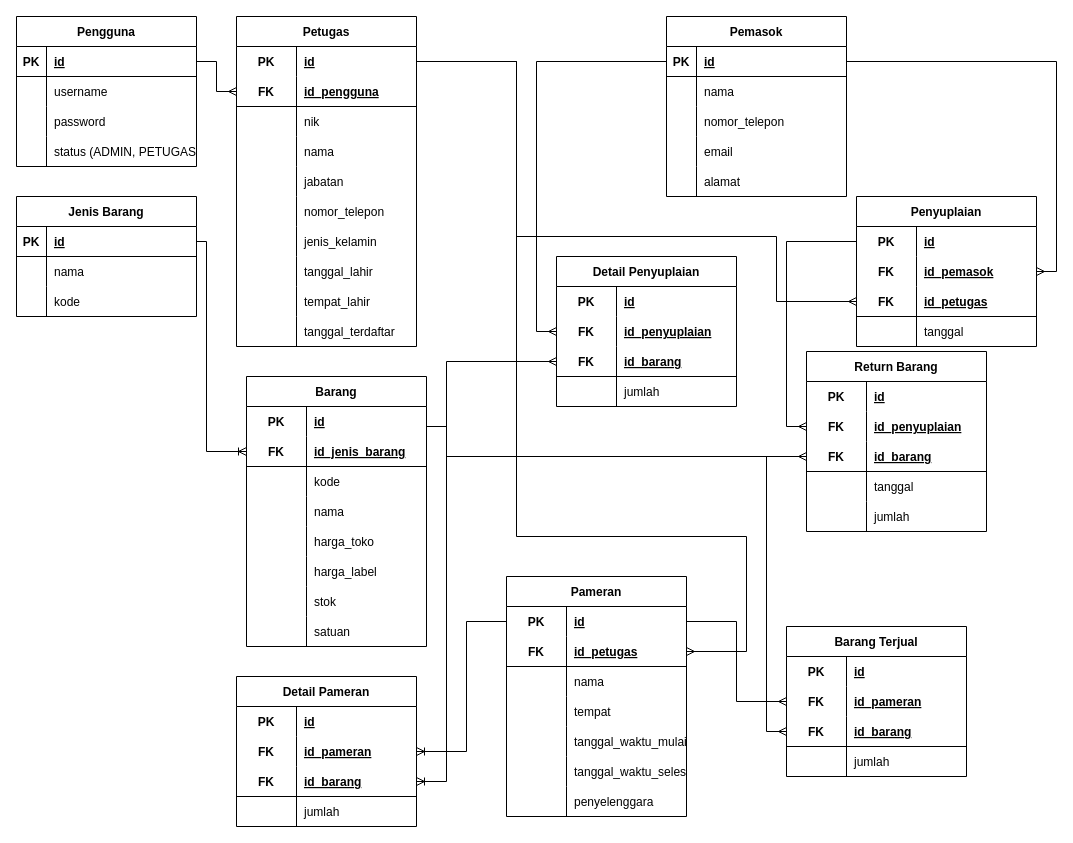
The draw.io diagram db/Database Schema.drawio in yafizh/Aplikasi-Gudang-The-Zamrud-Jewellery, before the edit. Source tidied: cells renumbered, new cells numbered last; positions are measured from the earlier drawing's top-left corner, leaving out a move shared by most shapes. Both pictures are drawn from the tidied source at 100%, with x=0, y=0 at pixel (16, 16).
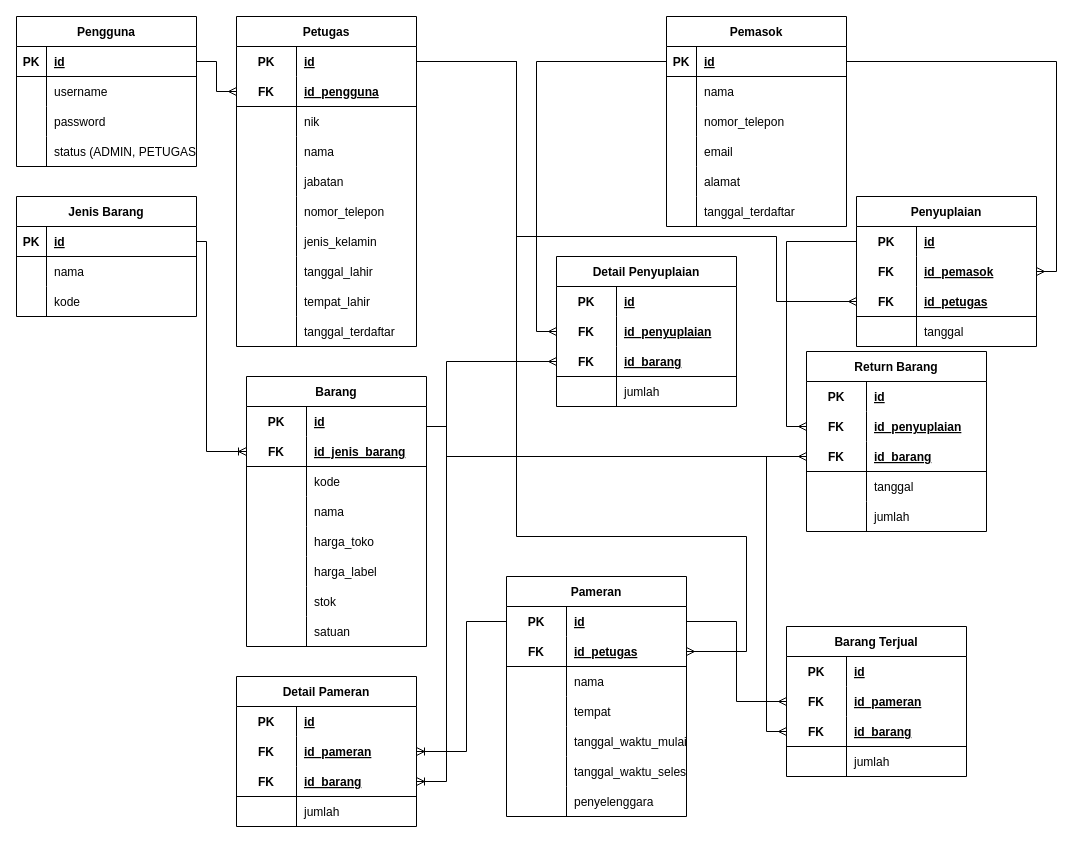
The same page after the edit.

Commit message (it also covers changes not shown here):
fix bug kode barang and add column tanggal terdafta on table pemasok

Change to the diagram source:
```diff
@@
     <mxCell id="81" value="Pemasok" style="shape=table;startSize=30;childLayout=tableLayout;rowLines=0;fontStyle=1;align=center;" parent="1" vertex="1">
-      <mxGeometry x="650" width="180" height="180" as="geometry" />
+      <mxGeometry x="650" width="180" height="210" as="geometry" />
     </mxCell>
@@
+    <mxCell id="200" style="shape=tableRow;horizontal=0;startSize=0;swimlaneHead=0;swimlaneBody=0;fillColor=none;top=0;left=0;right=0;bottom=0;" parent="81" vertex="1">
+      <mxGeometry y="180" width="180" height="30" as="geometry" />
+    </mxCell>
+    <mxCell id="201" style="shape=partialRectangle;fillColor=none;top=0;left=0;bottom=0;right=0;overflow=hidden;" parent="200" vertex="1">
+      <mxGeometry width="30" height="30" as="geometry" />
+    </mxCell>
+    <mxCell id="202" value="tanggal_terdaftar" style="shape=partialRectangle;fillColor=none;top=0;left=0;bottom=0;right=0;align=left;spacingLeft=6;overflow=hidden;" parent="200" vertex="1">
+      <mxGeometry x="30" width="150" height="30" as="geometry" />
+    </mxCell>
```
